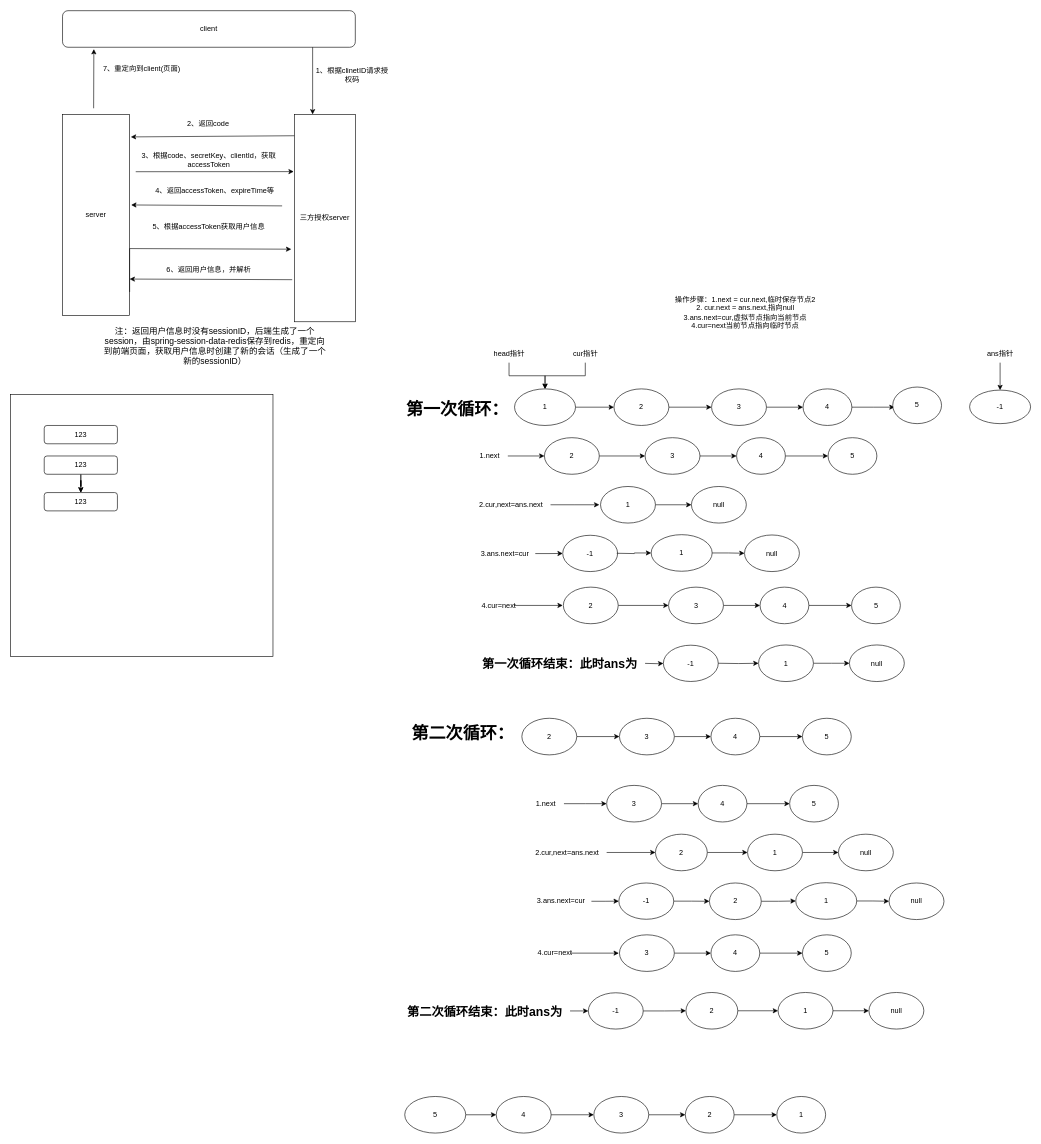
This is page "第 1 页" (1 of 2) of 算法.drawio from yuedaqing/draw, a draw.io file, before an edit. Source tidied: cells renumbered, new cells numbered last; positions are measured from the earlier drawing's top-left corner, leaving out a move shared by most shapes. Both pictures are drawn from the tidied source at 61%, with x=0, y=0 at pixel (10, 10).
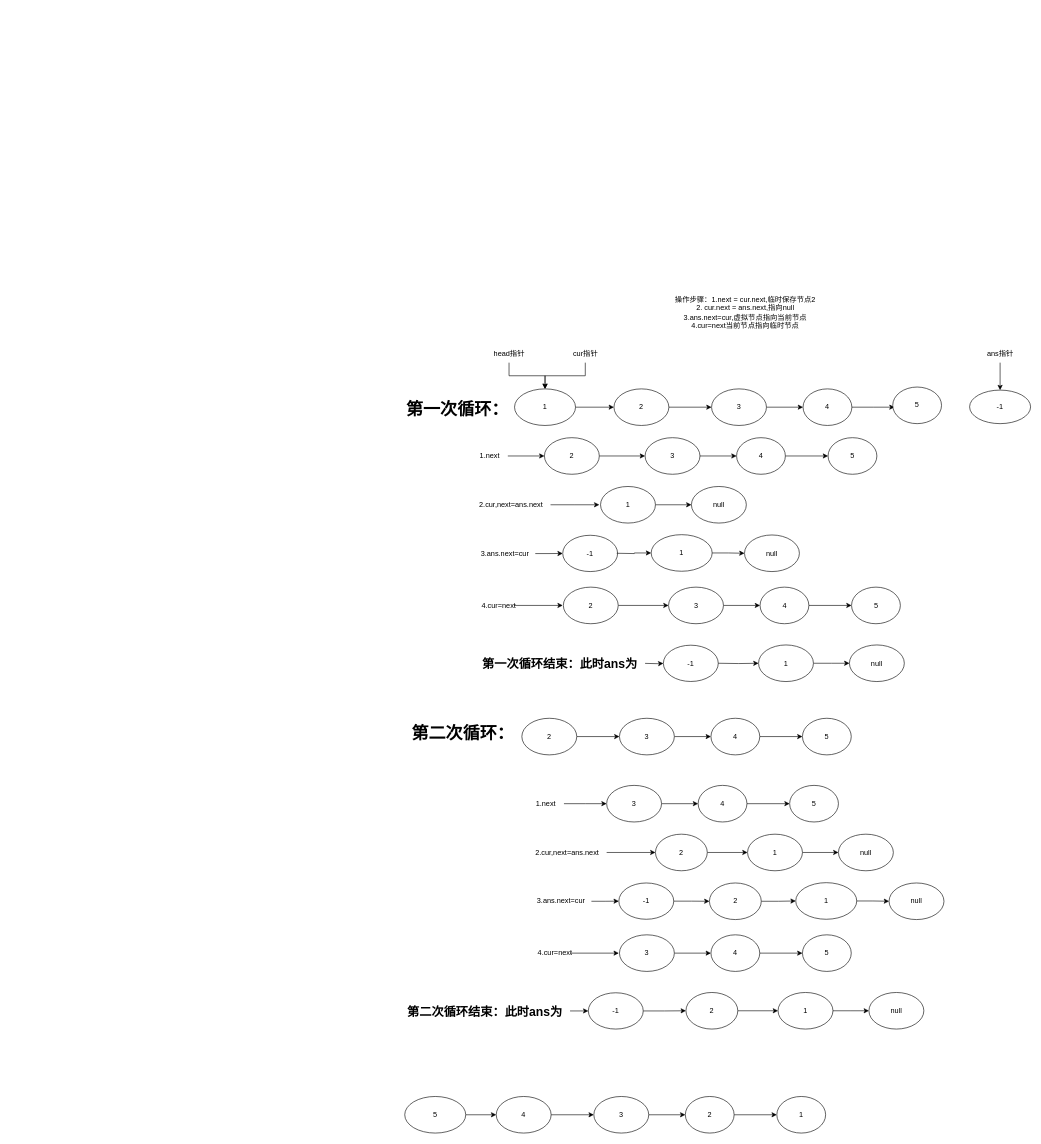
After the change.

Change to the diagram source:
```diff
@@
-    <mxCell id="2" style="edgeStyle=orthogonalEdgeStyle;rounded=0;orthogonalLoop=1;jettySize=auto;html=1;entryX=0.5;entryY=0;entryDx=0;entryDy=0;" parent="1" edge="1">
-      <mxGeometry relative="1" as="geometry">
-        <mxPoint x="495" y="30" as="sourcePoint" />
-        <mxPoint x="495" y="170" as="targetPoint" />
-      </mxGeometry>
-    </mxCell>
-    <mxCell id="3" value="1、根据clinetID请求授权码" style="text;html=1;strokeColor=none;fillColor=none;align=center;verticalAlign=middle;whiteSpace=wrap;rounded=0;" parent="1" vertex="1">
-      <mxGeometry x="495" y="90" width="130" height="30" as="geometry" />
-    </mxCell>
-    <mxCell id="4" value="server" style="rounded=0;whiteSpace=wrap;html=1;direction=south;" parent="1" vertex="1">
-      <mxGeometry x="85" y="170" width="110" height="330" as="geometry" />
-    </mxCell>
-    <mxCell id="5" value="三方授权server" style="rounded=0;whiteSpace=wrap;html=1;direction=south;" parent="1" vertex="1">
-      <mxGeometry x="465" y="170" width="100" height="340" as="geometry" />
-    </mxCell>
-    <mxCell id="6" style="endArrow=classic;html=1;rounded=0;exitX=0.103;exitY=1;exitDx=0;exitDy=0;exitPerimeter=0;entryX=0.112;entryY=-0.018;entryDx=0;entryDy=0;entryPerimeter=0;" parent="1" edge="1" source="5" target="4">
-      <mxGeometry relative="1" as="geometry" />
-    </mxCell>
-    <mxCell id="7" value="2、返回code" style="text;html=1;strokeColor=none;fillColor=none;align=center;verticalAlign=middle;whiteSpace=wrap;rounded=0;" parent="1" vertex="1">
-      <mxGeometry x="259" y="170" width="130" height="30" as="geometry" />
-    </mxCell>
-    <mxCell id="8" style="endArrow=classic;html=1;rounded=0;entryX=0.276;entryY=1.01;entryDx=0;entryDy=0;entryPerimeter=0;" parent="1" edge="1" target="5">
-      <mxGeometry relative="1" as="geometry">
-        <mxPoint x="205" y="264" as="sourcePoint" />
-      </mxGeometry>
-    </mxCell>
-    <mxCell id="9" value="3、根据code、secretKey、clientId，获取accessToken" style="text;html=1;strokeColor=none;fillColor=none;align=center;verticalAlign=middle;whiteSpace=wrap;rounded=0;" parent="1" vertex="1">
-      <mxGeometry x="205" y="230" width="240" height="30" as="geometry" />
-    </mxCell>
-    <mxCell id="10" style="endArrow=classic;html=1;rounded=0;entryX=0.45;entryY=-0.023;entryDx=0;entryDy=0;entryPerimeter=0;" parent="1" edge="1" target="4">
-      <mxGeometry relative="1" as="geometry">
-        <mxPoint x="445" y="320" as="sourcePoint" />
-      </mxGeometry>
-    </mxCell>
-    <mxCell id="11" value="4、返回accessToken、expireTime等" style="text;html=1;strokeColor=none;fillColor=none;align=center;verticalAlign=middle;whiteSpace=wrap;rounded=0;" parent="1" vertex="1">
-      <mxGeometry x="215" y="280" width="240" height="30" as="geometry" />
-    </mxCell>
-    <mxCell id="12" style="endArrow=classic;html=1;rounded=0;exitX=0.882;exitY=0;exitDx=0;exitDy=0;exitPerimeter=0;entryX=0.65;entryY=1.05;entryDx=0;entryDy=0;entryPerimeter=0;" parent="1" edge="1" source="4" target="5">
-      <mxGeometry relative="1" as="geometry">
-        <Array as="points">
-          <mxPoint x="195" y="390" />
-        </Array>
-      </mxGeometry>
-    </mxCell>
-    <mxCell id="13" value="5、根据accessToken获取用户信息" style="text;html=1;strokeColor=none;fillColor=none;align=center;verticalAlign=middle;whiteSpace=wrap;rounded=0;" parent="1" vertex="1">
-      <mxGeometry x="225" y="340" width="200" height="30" as="geometry" />
-    </mxCell>
-    <mxCell id="14" style="endArrow=classic;html=1;rounded=0;exitX=0.797;exitY=1.035;exitDx=0;exitDy=0;exitPerimeter=0;" parent="1" edge="1" source="5">
-      <mxGeometry relative="1" as="geometry">
-        <mxPoint x="195" y="440" as="targetPoint" />
-      </mxGeometry>
-    </mxCell>
-    <mxCell id="15" value="6、返回用户信息，并解析" style="text;html=1;strokeColor=none;fillColor=none;align=center;verticalAlign=middle;whiteSpace=wrap;rounded=0;" parent="1" vertex="1">
-      <mxGeometry x="245" y="410" width="160" height="30" as="geometry" />
-    </mxCell>
-    <mxCell id="16" value="client" style="rounded=1;whiteSpace=wrap;html=1;" parent="1" vertex="1">
-      <mxGeometry x="85" width="480" height="60" as="geometry" />
-    </mxCell>
-    <mxCell id="17" style="endArrow=classic;html=1;rounded=0;entryX=0.107;entryY=1.05;entryDx=0;entryDy=0;entryPerimeter=0;" parent="1" edge="1" target="16">
-      <mxGeometry relative="1" as="geometry">
-        <mxPoint x="136" y="160" as="sourcePoint" />
-      </mxGeometry>
-    </mxCell>
-    <mxCell id="18" value="7、重定向到client(页面)" style="text;html=1;strokeColor=none;fillColor=none;align=center;verticalAlign=middle;whiteSpace=wrap;rounded=0;" parent="1" vertex="1">
-      <mxGeometry x="135" y="80" width="160" height="30" as="geometry" />
-    </mxCell>
-    <mxCell id="19" value="&lt;font style=&quot;font-size: 14px;&quot;&gt;注：返回用户信息时没有sessionID，后端生成了一个session，由spring-session-data-redis保存到redis，重定向到前端页面，获取用户信息时创建了新的会话（生成了一个新的sessionID）&lt;/font&gt;" style="text;html=1;strokeColor=none;fillColor=none;align=center;verticalAlign=middle;whiteSpace=wrap;rounded=0;" parent="1" vertex="1">
-      <mxGeometry x="150" y="510" width="370" height="80" as="geometry" />
-    </mxCell>
-    <mxCell id="20" style="whiteSpace=wrap;html=1;" parent="1" vertex="1">
-      <mxGeometry y="629" width="430" height="430" as="geometry" />
-    </mxCell>
-    <mxCell id="21" value="123" style="rounded=1;whiteSpace=wrap;html=1;" parent="1" vertex="1">
-      <mxGeometry x="55" y="680" width="120" height="30" as="geometry" />
-    </mxCell>
-    <mxCell id="22" style="edgeStyle=orthogonalEdgeStyle;rounded=0;jettySize=auto;html=1;" parent="1" edge="1" source="24" target="25">
-      <mxGeometry relative="1" as="geometry" />
-    </mxCell>
-    <mxCell id="23" style="edgeStyle=orthogonalEdgeStyle;rounded=0;jettySize=auto;html=1;" parent="1" edge="1" source="24" target="25">
-      <mxGeometry relative="1" as="geometry" />
-    </mxCell>
-    <mxCell id="24" value="123" style="rounded=1;whiteSpace=wrap;html=1;" parent="1" vertex="1">
-      <mxGeometry x="55" y="730" width="120" height="30" as="geometry" />
-    </mxCell>
-    <mxCell id="25" value="123" style="rounded=1;whiteSpace=wrap;html=1;" parent="1" vertex="1">
-      <mxGeometry x="55" y="790" width="120" height="30" as="geometry" />
-    </mxCell>
```
